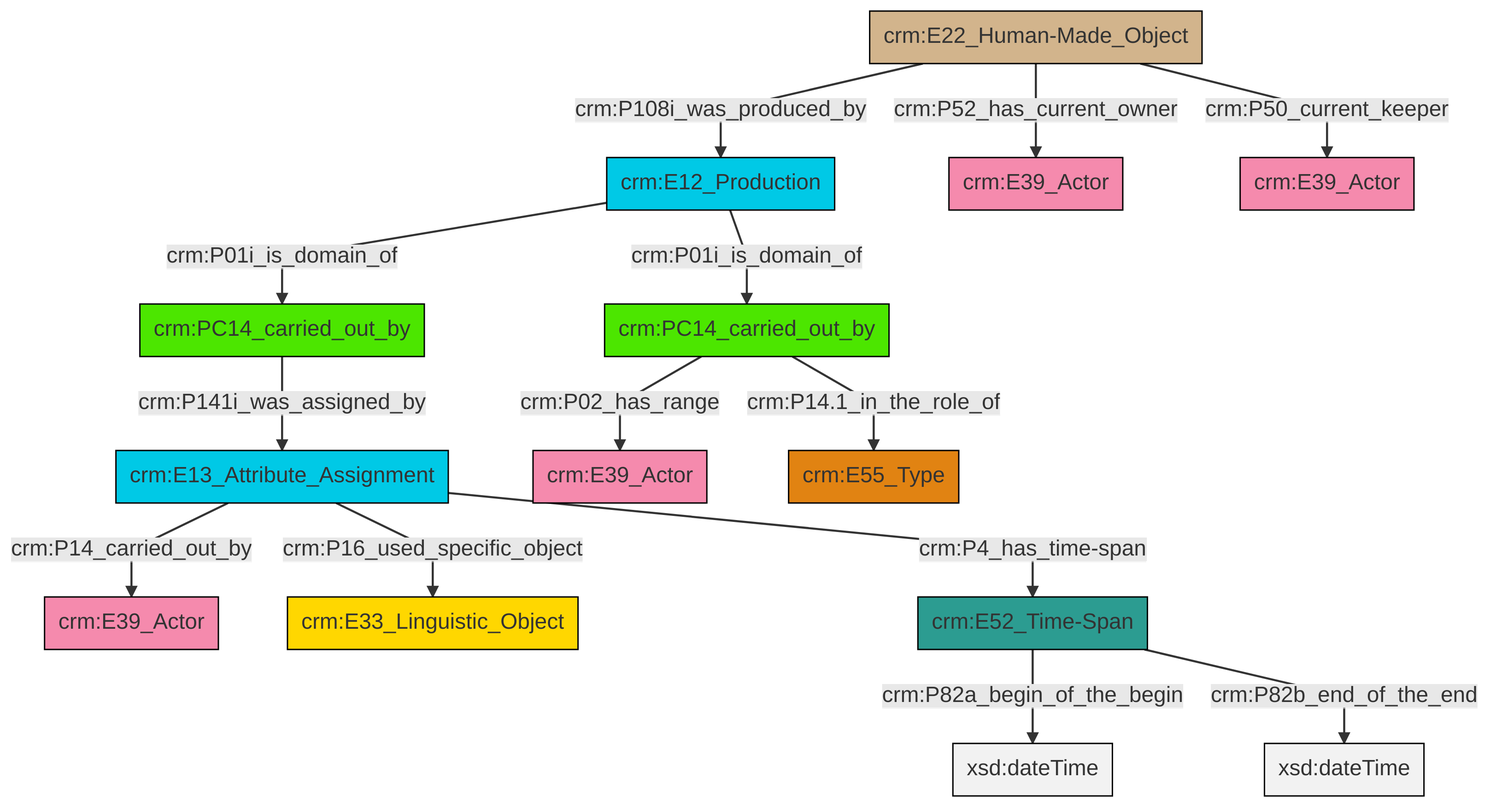
swiss-art-research-net/docs.swissartresearch keeps this Mermaid diagram as et/carrierCSV/ttl/mmd/png/carrier_relations.png. Above is the earlier version. Its source is kept beside it as et/carrierCSV/ttl/mmd/carrier_relations.ttl.mmd.
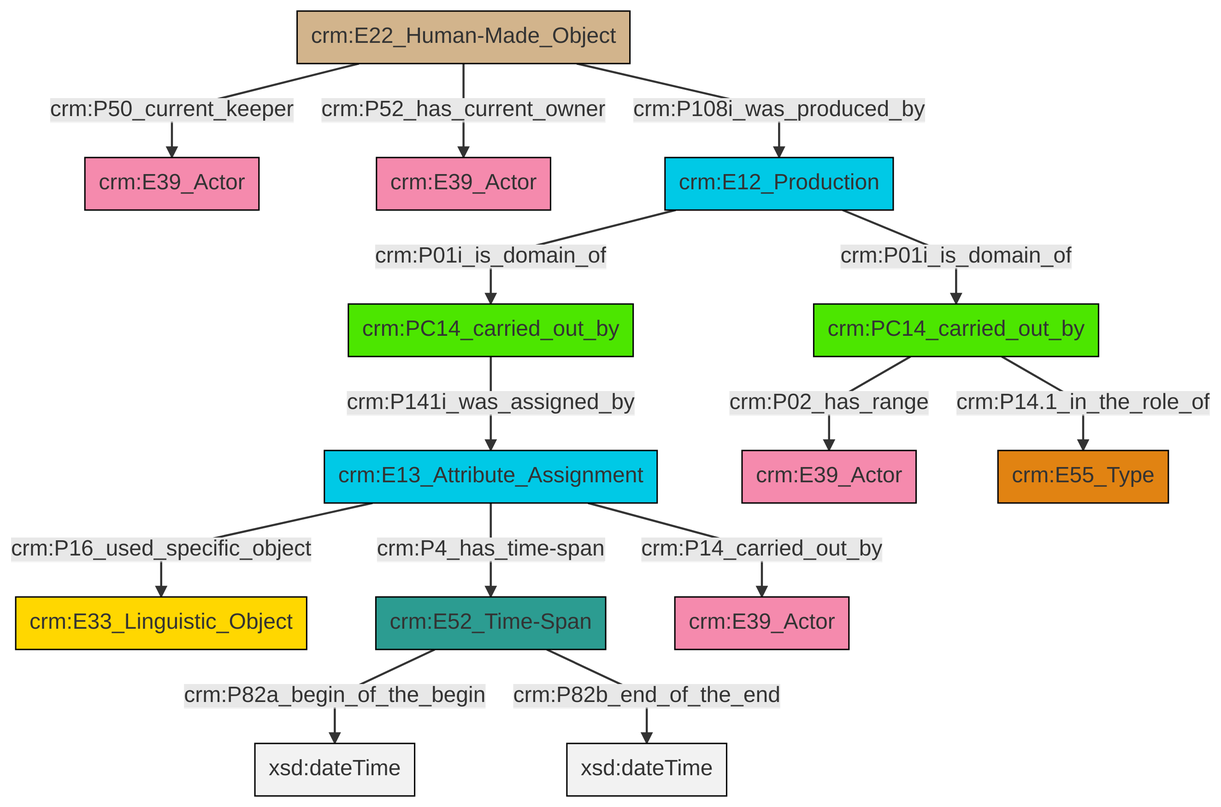
After the change.

Diff of the diagram source:
```diff
@@ -13,16 +13,16 @@
 classDef PC_Classes fill:#4ce600, stroke:#000000;
 classDef Multi fill:#cccccc,stroke:#000000;
 
-0["crm:PC14_carried_out_by"]:::PC_Classes -->|crm:P02_has_range| 1["crm:E39_Actor"]:::Actor
-2["crm:E13_Attribute_Assignment"]:::Temporal_Entity -->|crm:P14_carried_out_by| 4["crm:E39_Actor"]:::Actor
-5["crm:PC14_carried_out_by"]:::PC_Classes -->|crm:P141i_was_assigned_by| 2["crm:E13_Attribute_Assignment"]:::Temporal_Entity
-2["crm:E13_Attribute_Assignment"]:::Temporal_Entity -->|crm:P16_used_specific_object| 6["crm:E33_Linguistic_Object"]:::Conceptual_Object
-9["crm:E12_Production"]:::Temporal_Entity -->|crm:P01i_is_domain_of| 5["crm:PC14_carried_out_by"]:::PC_Classes
-7["crm:E52_Time-Span"]:::Time-Span -->|crm:P82a_begin_of_the_begin| 10[xsd:dateTime]:::Literal
-11["crm:E22_Human-Made_Object"]:::Physical_Thing -->|crm:P108i_was_produced_by| 9["crm:E12_Production"]:::Temporal_Entity
-0["crm:PC14_carried_out_by"]:::PC_Classes -->|crm:P14.1_in_the_role_of| 13["crm:E55_Type"]:::Type
-11["crm:E22_Human-Made_Object"]:::Physical_Thing -->|crm:P52_has_current_owner| 14["crm:E39_Actor"]:::Actor
-11["crm:E22_Human-Made_Object"]:::Physical_Thing -->|crm:P50_current_keeper| 15["crm:E39_Actor"]:::Actor
-7["crm:E52_Time-Span"]:::Time-Span -->|crm:P82b_end_of_the_end| 22[xsd:dateTime]:::Literal
-9["crm:E12_Production"]:::Temporal_Entity -->|crm:P01i_is_domain_of| 0["crm:PC14_carried_out_by"]:::PC_Classes
-2["crm:E13_Attribute_Assignment"]:::Temporal_Entity -->|crm:P4_has_time-span| 7["crm:E52_Time-Span"]:::Time-Span
+2["crm:E13_Attribute_Assignment"]:::Temporal_Entity -->|crm:P16_used_specific_object| 3["crm:E33_Linguistic_Object"]:::Conceptual_Object
+9["crm:E22_Human-Made_Object"]:::Physical_Thing -->|crm:P50_current_keeper| 0["crm:E39_Actor"]:::Actor
+9["crm:E22_Human-Made_Object"]:::Physical_Thing -->|crm:P52_has_current_owner| 10["crm:E39_Actor"]:::Actor
+12["crm:PC14_carried_out_by"]:::PC_Classes -->|crm:P141i_was_assigned_by| 2["crm:E13_Attribute_Assignment"]:::Temporal_Entity
+16["crm:PC14_carried_out_by"]:::PC_Classes -->|crm:P14.1_in_the_role_of| 17["crm:E55_Type"]:::Type
+2["crm:E13_Attribute_Assignment"]:::Temporal_Entity -->|crm:P4_has_time-span| 5["crm:E52_Time-Span"]:::Time-Span
+5["crm:E52_Time-Span"]:::Time-Span -->|crm:P82a_begin_of_the_begin| 18[xsd:dateTime]:::Literal
+9["crm:E22_Human-Made_Object"]:::Physical_Thing -->|crm:P108i_was_produced_by| 14["crm:E12_Production"]:::Temporal_Entity
+5["crm:E52_Time-Span"]:::Time-Span -->|crm:P82b_end_of_the_end| 22[xsd:dateTime]:::Literal
+14["crm:E12_Production"]:::Temporal_Entity -->|crm:P01i_is_domain_of| 16["crm:PC14_carried_out_by"]:::PC_Classes
+16["crm:PC14_carried_out_by"]:::PC_Classes -->|crm:P02_has_range| 7["crm:E39_Actor"]:::Actor
+14["crm:E12_Production"]:::Temporal_Entity -->|crm:P01i_is_domain_of| 12["crm:PC14_carried_out_by"]:::PC_Classes
+2["crm:E13_Attribute_Assignment"]:::Temporal_Entity -->|crm:P14_carried_out_by| 24["crm:E39_Actor"]:::Actor
```
